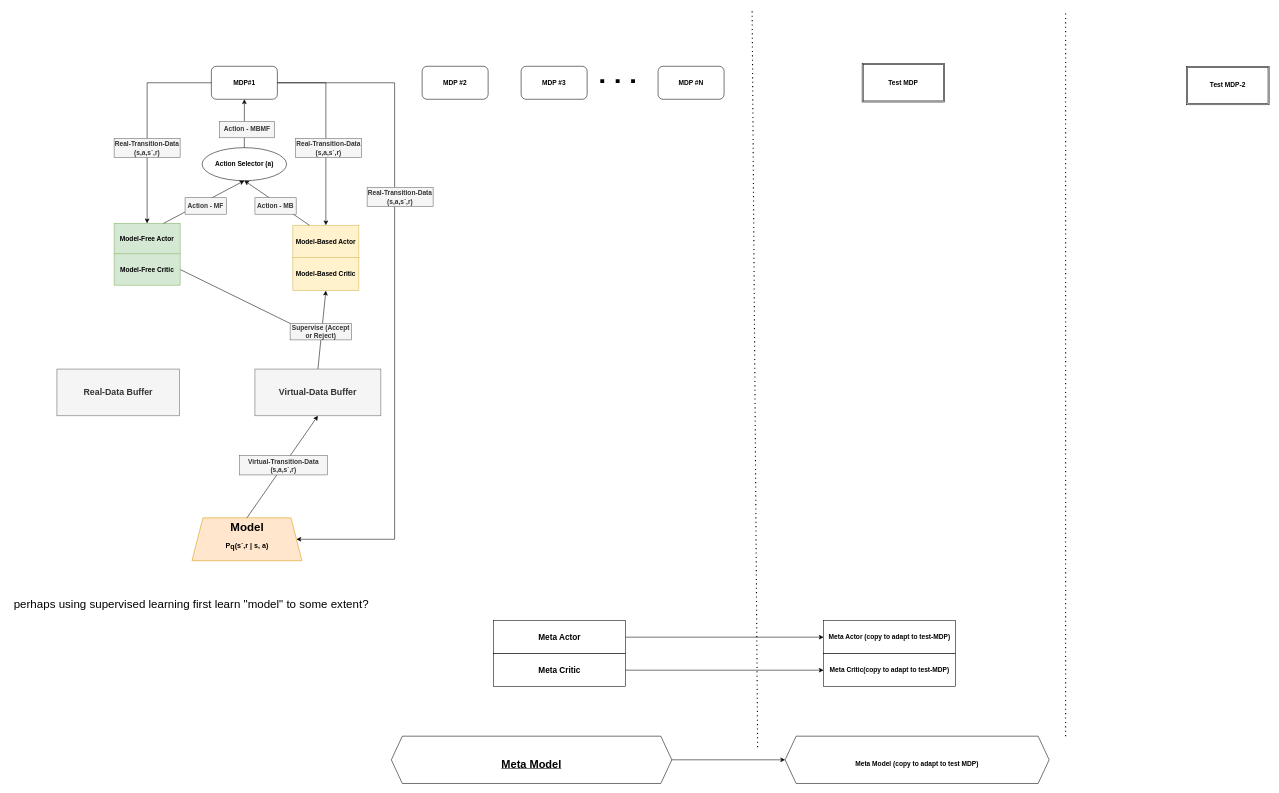
This is Hybrid_MBMF_MetaRL.drawio from jgwak1/research_problem_frameworks, a draw.io file, before an edit. Source tidied: cells renumbered, new cells numbered last; positions are measured from the earlier drawing's top-left corner, leaving out a move shared by most shapes. Both pictures are drawn from the tidied source at 55%, with x=0, y=0 at pixel (9, 10).
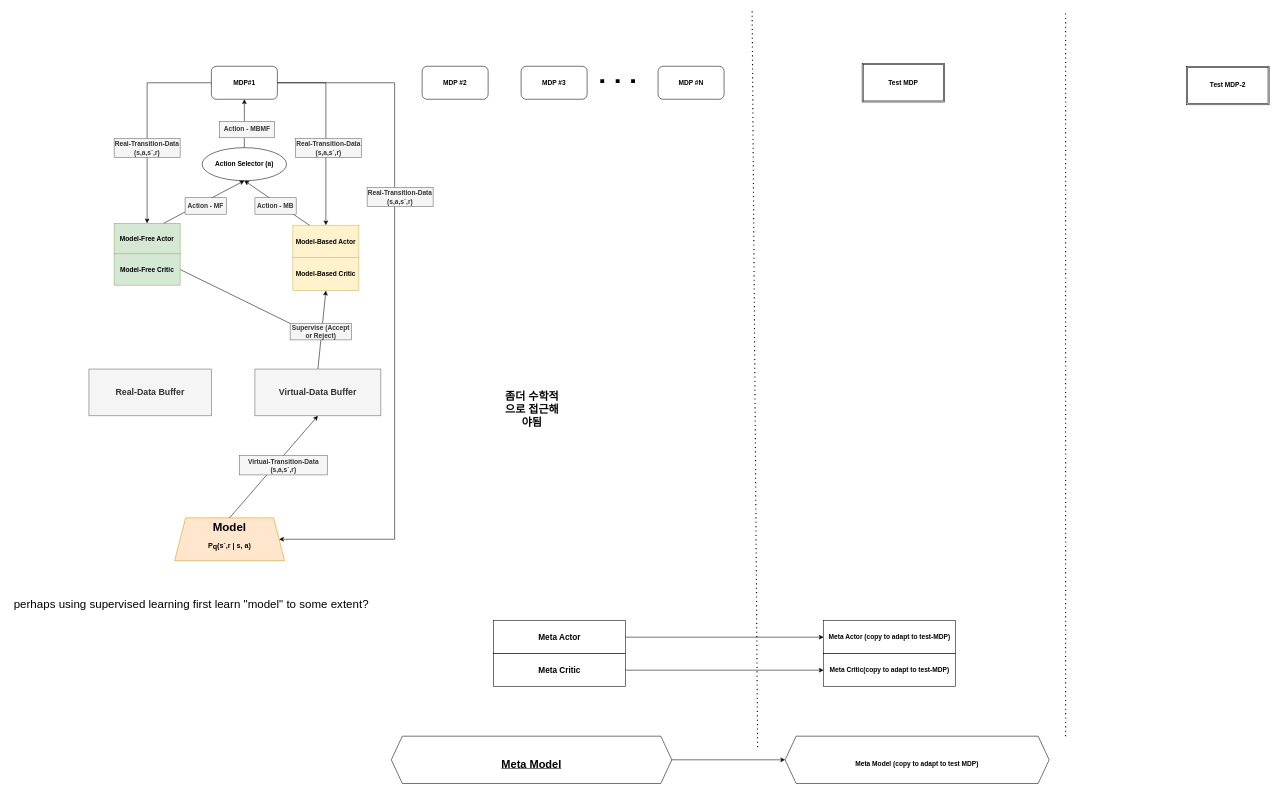
After the change.

Diff of the diagram source:
```diff
@@
     <mxCell id="9" value="&lt;b&gt;&lt;font&gt;&lt;font style=&quot;font-size: 21px&quot;&gt;Model&lt;/font&gt;&lt;br&gt;&lt;/font&gt;&lt;/b&gt;&lt;p class=&quot;MsoNormal&quot; style=&quot;font-size: 13px&quot;&gt;&lt;b&gt;P&lt;sub&gt;&lt;span style=&quot;font-family: &amp;#34;symbol&amp;#34; ; font-size: 13px&quot;&gt;q&lt;/span&gt;&lt;/sub&gt;(s`,r | s, a)&lt;/b&gt;&lt;/p&gt;" style="shape=trapezoid;perimeter=trapezoidPerimeter;whiteSpace=wrap;html=1;fixedSize=1;fillColor=#ffe6cc;strokeColor=#d79b00;" parent="1" vertex="1">
-      <mxGeometry x="331.5" y="923" width="200" height="78" as="geometry" />
+      <mxGeometry x="300" y="923" width="200" height="78" as="geometry" />
     </mxCell>
@@
     <mxCell id="33" value="&lt;b&gt;&lt;font style=&quot;font-size: 16px&quot;&gt;Real-Data Buffer&lt;/font&gt;&lt;/b&gt;" style="text;html=1;strokeColor=#666666;fillColor=#f5f5f5;align=center;verticalAlign=middle;whiteSpace=wrap;rounded=0;fontColor=#333333;" parent="1" vertex="1">
-      <mxGeometry x="86" y="652.5" width="222.5" height="85" as="geometry" />
+      <mxGeometry x="144.2" y="652.5" width="222.5" height="85" as="geometry" />
     </mxCell>
@@
+    <mxCell id="46" value="&lt;b&gt;&lt;font style=&quot;font-size: 20px&quot;&gt;좀더 수학적으로 접근해야됨&lt;/font&gt;&lt;/b&gt;" style="text;html=1;strokeColor=none;fillColor=none;align=center;verticalAlign=middle;whiteSpace=wrap;rounded=0;" parent="1" vertex="1">
+      <mxGeometry x="900" y="610" width="100" height="230" as="geometry" />
+    </mxCell>
```
